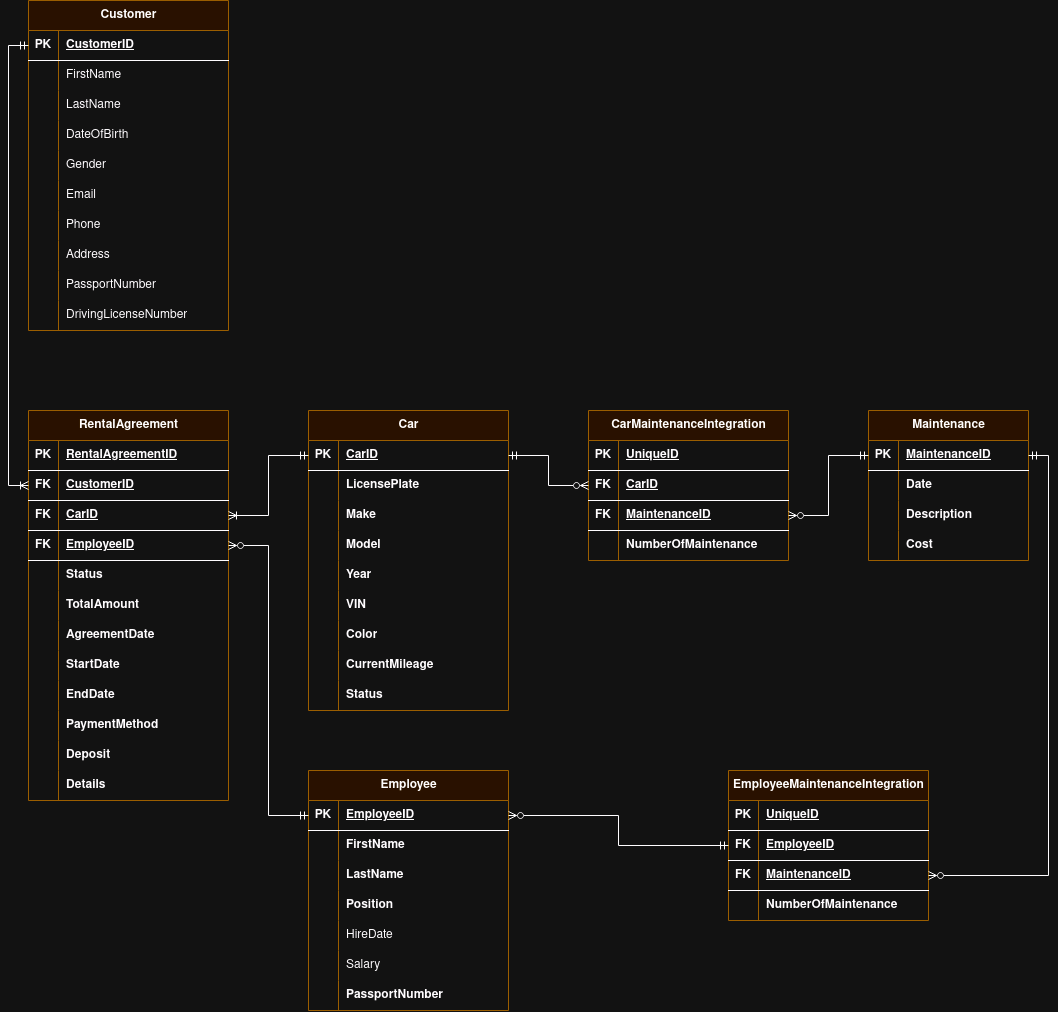
This is logic_model.drawio.png from Dimkiss/MyDB, a draw.io export, as it was before one commit. Source tidied: cells renumbered, new cells last; positions are measured from the earlier drawing's top-left corner, leaving out a move shared by most shapes.
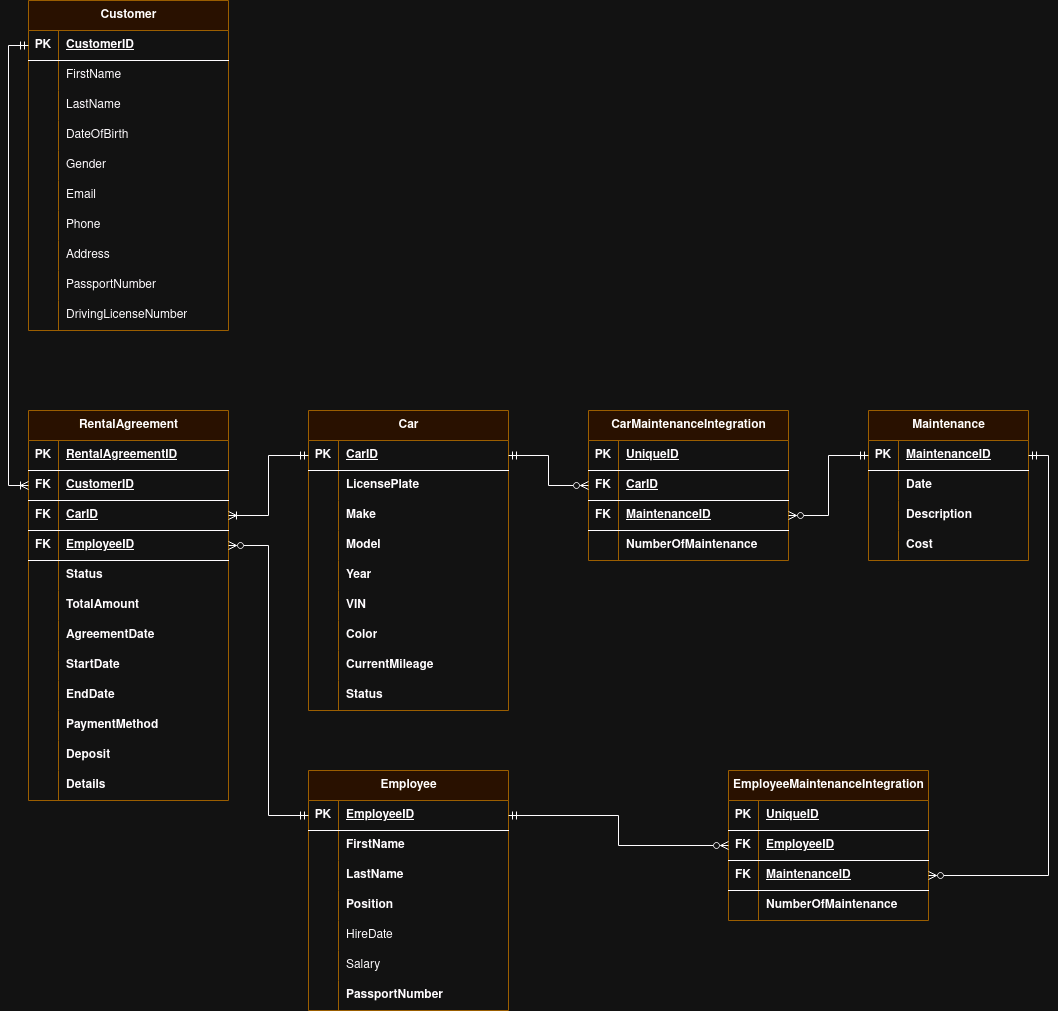
The same diagram one commit later.

Diff of the diagram source:
```diff
@@ -479,7 +479,7 @@
     <mxCell id="160" style="edgeStyle=orthogonalEdgeStyle;rounded=0;jettySize=auto;html=1;entryX=0;entryY=0.5;entryDx=0;entryDy=0;endArrow=ERzeroToMany;endFill=0;startArrow=ERmandOne;startFill=0;" parent="1" edge="1" source="132" target="74">
       <mxGeometry relative="1" as="geometry" />
     </mxCell>
-    <mxCell id="161" style="edgeStyle=orthogonalEdgeStyle;rounded=0;jettySize=auto;html=1;exitX=1;exitY=0.5;exitDx=0;exitDy=0;entryX=0;entryY=0.5;entryDx=0;entryDy=0;startArrow=ERzeroToMany;startFill=0;endArrow=ERmandOne;endFill=0;" parent="1" edge="1" source="110" target="100">
+    <mxCell id="161" style="edgeStyle=orthogonalEdgeStyle;rounded=0;jettySize=auto;html=1;exitX=1;exitY=0.5;exitDx=0;exitDy=0;entryX=0;entryY=0.5;entryDx=0;entryDy=0;startArrow=ERmandOne;startFill=0;endArrow=ERzeroToMany;endFill=0;" parent="1" edge="1" source="110" target="100">
       <mxGeometry relative="1" as="geometry" />
     </mxCell>
     <mxCell id="162" style="edgeStyle=orthogonalEdgeStyle;rounded=0;jettySize=auto;html=1;exitX=1;exitY=0.5;exitDx=0;exitDy=0;entryX=1;entryY=0.5;entryDx=0;entryDy=0;endArrow=ERmandOne;endFill=0;startArrow=ERzeroToMany;startFill=0;" parent="1" edge="1" source="103" target="84">
```
